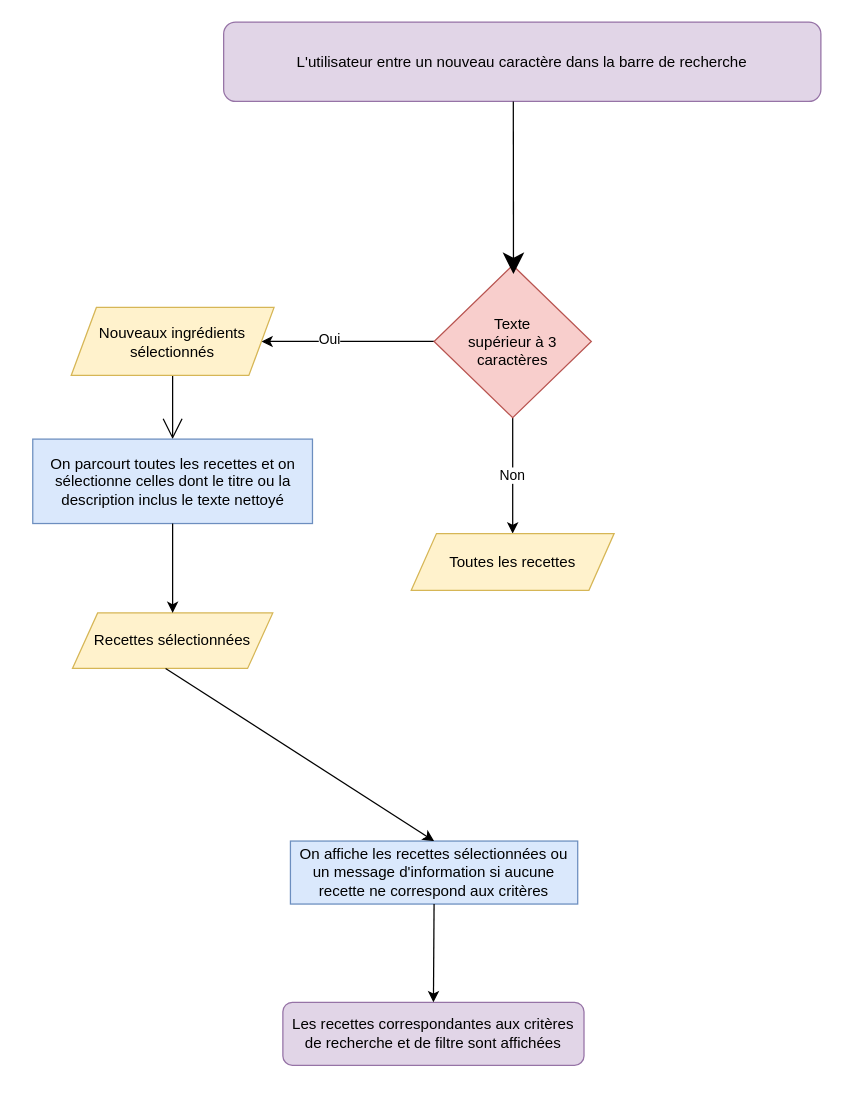
Above: algos/algorigramme.drawio.drawio in melacod/MelanieKlein_7_09092021 (draw.io), before the change. Source tidied: cells renumbered, new cells numbered last; positions are measured from the earlier drawing's top-left corner, leaving out a move shared by most shapes. Both pictures are drawn from the tidied source at 126%, with x=0, y=0 at pixel (33, 21).
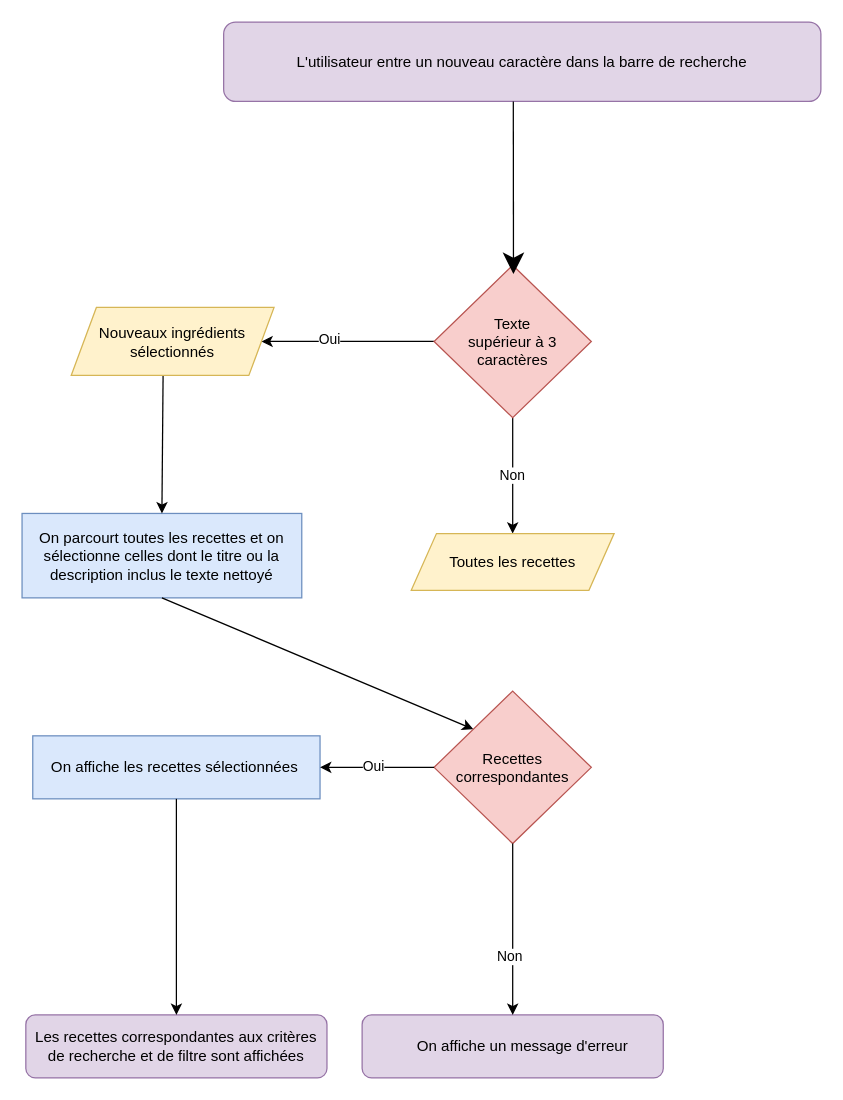
After the change.

Unchanged cells that the change refers to:
```xml
<mxCell id="7" value="&lt;span&gt;Nouveaux ingrédients sélectionnés&lt;/span&gt;" style="shape=parallelogram;perimeter=parallelogramPerimeter;whiteSpace=wrap;html=1;fixedSize=1;fillColor=#fff2cc;strokeColor=#d6b656;" parent="1" vertex="1">
  <mxGeometry x="30" y="226.5" width="161" height="54" as="geometry" />
</mxCell>
```

The edit, as a diff of the source:
```diff
@@
-    <mxCell id="6" style="edgeStyle=none;curved=1;rounded=0;jettySize=auto;html=1;exitX=0.5;exitY=1;exitDx=0;exitDy=0;entryX=0.5;entryY=0;entryDx=0;entryDy=0;endArrow=open;startSize=14;endSize=14;sourcePerimeterSpacing=8;targetPerimeterSpacing=8;" parent="1" edge="1" source="7" target="8">
-      <mxGeometry relative="1" as="geometry" />
-    </mxCell>
@@
     <mxCell id="8" value="&lt;span&gt;On parcourt toutes les recettes et on sélectionne celles dont le titre ou la description inclus le texte nettoyé&lt;/span&gt;" style="rounded=0;whiteSpace=wrap;html=1;fillColor=#dae8fc;strokeColor=#6c8ebf;" parent="1" vertex="1">
-      <mxGeometry x="-0.5" y="331" width="222" height="67" as="geometry" />
+      <mxGeometry x="-9" y="390" width="222" height="67" as="geometry" />
     </mxCell>
-    <mxCell id="9" value="&lt;span&gt;Recettes sélectionnées&lt;/span&gt;" style="shape=parallelogram;perimeter=parallelogramPerimeter;whiteSpace=wrap;html=1;fixedSize=1;fillColor=#fff2cc;strokeColor=#d6b656;" parent="1" vertex="1">
-      <mxGeometry x="31" y="469" width="159" height="44" as="geometry" />
-    </mxCell>
-    <mxCell id="10" style="endArrow=classic;html=1;exitX=0.5;exitY=1;exitDx=0;exitDy=0;entryX=0.5;entryY=0;entryDx=0;entryDy=0;" parent="1" edge="1" source="8" target="9">
+    <mxCell id="10" style="endArrow=classic;html=1;exitX=0.5;exitY=1;exitDx=0;exitDy=0;entryX=0;entryY=0;entryDx=0;entryDy=0;" parent="1" edge="1" source="8" target="18">
       <mxGeometry relative="1" as="geometry" />
     </mxCell>
-    <mxCell id="11" value="&lt;span&gt;On affiche les recettes sélectionnées ou un message d'information si aucune recette ne correspond aux critères&lt;/span&gt;" style="rounded=0;whiteSpace=wrap;html=1;fillColor=#dae8fc;strokeColor=#6c8ebf;" parent="1" vertex="1">
-      <mxGeometry x="204" y="650" width="228" height="50" as="geometry" />
+    <mxCell id="11" value="&lt;span&gt;On affiche les recettes sélectionnées&amp;nbsp;&lt;/span&gt;" style="rounded=0;whiteSpace=wrap;html=1;fillColor=#dae8fc;strokeColor=#6c8ebf;" parent="1" vertex="1">
+      <mxGeometry x="-0.5" y="566.5" width="228" height="50" as="geometry" />
     </mxCell>
-    <mxCell id="12" style="endArrow=classic;html=1;exitX=0.465;exitY=1;exitDx=0;exitDy=0;entryX=0.5;entryY=0;entryDx=0;entryDy=0;exitPerimeter=0;" parent="1" edge="1" source="9" target="11">
-      <mxGeometry relative="1" as="geometry" />
-    </mxCell>
     <mxCell id="13" value="&lt;span&gt;Les recettes correspondantes aux critères de recherche et de filtre sont affichées&lt;/span&gt;" style="rounded=1;whiteSpace=wrap;html=1;fillColor=#e1d5e7;strokeColor=#9673a6;" parent="1" vertex="1">
-      <mxGeometry x="198" y="778" width="239" height="50" as="geometry" />
+      <mxGeometry x="-6" y="788" width="239" height="50" as="geometry" />
     </mxCell>
@@
+    <mxCell id="18" style="rhombus;whiteSpace=wrap;html=1;fillColor=#f8cecc;strokeColor=#b85450;" parent="1" vertex="1">
+      <mxGeometry x="318" y="531" width="124.8" height="121" as="geometry" />
+    </mxCell>
+    <mxCell id="19" value="Recettes&lt;br&gt;correspondantes" style="text;html=1;strokeColor=none;fillColor=none;align=center;verticalAlign=middle;whiteSpace=wrap;rounded=0;" parent="1" vertex="1">
+      <mxGeometry x="330.1" y="568.8" width="100.6" height="45.5" as="geometry" />
+    </mxCell>
+    <mxCell id="20" style="endArrow=classic;html=1;exitX=0;exitY=0.5;exitDx=0;exitDy=0;entryX=1;entryY=0.5;entryDx=0;entryDy=0;" parent="1" edge="1" source="18" target="11">
+      <mxGeometry relative="1" as="geometry" />
+    </mxCell>
+    <mxCell id="21" value="Oui" style="edgeLabel;html=1;align=center;verticalAlign=middle;" parent="1" vertex="1">
+      <mxGeometry x="269" y="590" as="geometry" />
+    </mxCell>
+    <mxCell id="6" style="endArrow=classic;html=1;entryX=0.5;entryY=0;entryDx=0;entryDy=0;exitX=0.453;exitY=1.009;exitDx=0;exitDy=0;exitPerimeter=0;" parent="1" edge="1" source="7" target="8">
+      <mxGeometry relative="1" as="geometry" />
+    </mxCell>
+    <mxCell id="22" style="rounded=1;whiteSpace=wrap;html=1;fillColor=#e1d5e7;strokeColor=#9673a6;" parent="1" vertex="1">
+      <mxGeometry x="260.9" y="788" width="239" height="50" as="geometry" />
+    </mxCell>
+    <mxCell id="23" value="On affiche un message d'erreur" style="text;html=1;strokeColor=none;fillColor=none;align=center;verticalAlign=middle;whiteSpace=wrap;rounded=0;" parent="1" vertex="1">
+      <mxGeometry x="297.5" y="798" width="181" height="30" as="geometry" />
+    </mxCell>
+    <mxCell id="24" style="endArrow=classic;html=1;entryX=0.5;entryY=0;entryDx=0;entryDy=0;exitX=0.5;exitY=1;exitDx=0;exitDy=0;" parent="1" edge="1" source="18" target="22">
+      <mxGeometry relative="1" as="geometry" />
+    </mxCell>
+    <mxCell id="25" value="Non" style="edgeLabel;html=1;align=center;verticalAlign=middle;" parent="1" vertex="1">
+      <mxGeometry x="247" y="272" as="geometry">
+        <mxPoint x="130" y="469" as="offset" />
+      </mxGeometry>
+    </mxCell>
```
